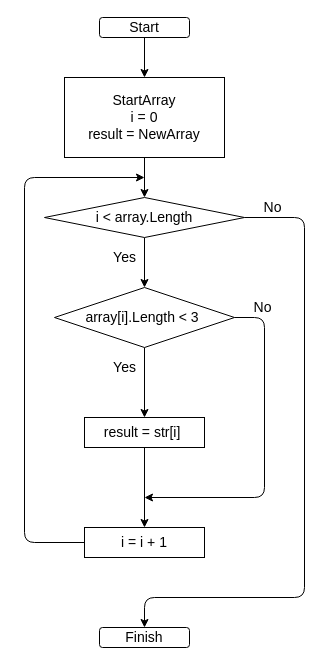
The draw.io diagram Scheme.drawio in apispallada/TestWork, before the edit. Source tidied: cells renumbered, new cells numbered last; positions are measured from the earlier drawing's top-left corner, leaving out a move shared by most shapes. Both pictures are drawn from the tidied source at 100%, with x=0, y=0 at pixel (24, 17).
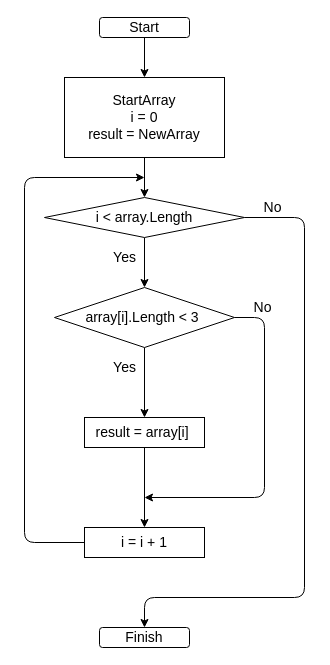
The same page after the edit.

Diff of the diagram source:
```diff
@@
-    <mxCell id="13" value="result = str[i]&amp;nbsp;" style="whiteSpace=wrap;html=1;fontSize=14;rounded=0;" parent="1" vertex="1">
+    <mxCell id="13" value="result = array[i]&amp;nbsp;" style="whiteSpace=wrap;html=1;fontSize=14;rounded=0;" parent="1" vertex="1">
       <mxGeometry x="60" y="400" width="120" height="30" as="geometry" />
     </mxCell>
```
